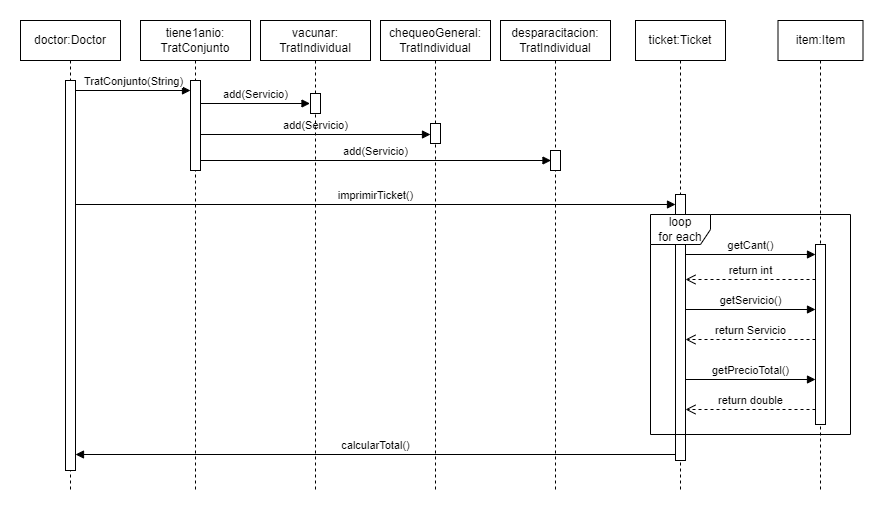
This is TpIntegrador/TpIntegradorComposite.png from cammidelgado/YA-21E-grupo3, a draw.io export, as it was before one commit. Source tidied: cells renumbered, new cells last; positions are measured from the earlier drawing's top-left corner, leaving out a move shared by most shapes. Its diagram source:
```xml
<mxGraphModel>
  <root>
    <mxCell id="0" />
    <mxCell id="1" parent="0" />
    <mxCell id="2" value="ticket:Ticket" style="shape=umlLifeline;perimeter=lifelinePerimeter;whiteSpace=wrap;html=1;newEdgeStyle={&quot;curved&quot;:0,&quot;rounded&quot;:0};" parent="1" vertex="1">
      <mxGeometry x="615" width="90" height="470" as="geometry" />
    </mxCell>
    <mxCell id="3" style="html=1;points=[[0,0,0,0,5],[0,1,0,0,-5],[1,0,0,0,5],[1,1,0,0,-5]];perimeter=orthogonalPerimeter;outlineConnect=0;targetShapes=umlLifeline;portConstraint=eastwest;newEdgeStyle={&quot;curved&quot;:0,&quot;rounded&quot;:0};" parent="1" vertex="1">
      <mxGeometry x="655" y="174" width="10" height="266" as="geometry" />
    </mxCell>
    <mxCell id="4" value="item:Item" style="shape=umlLifeline;perimeter=lifelinePerimeter;whiteSpace=wrap;html=1;newEdgeStyle={&quot;curved&quot;:0,&quot;rounded&quot;:0};" parent="1" vertex="1">
      <mxGeometry x="757.5" width="85" height="470" as="geometry" />
    </mxCell>
    <mxCell id="5" value="loop&lt;div&gt;for each&lt;/div&gt;" style="shape=umlFrame;whiteSpace=wrap;html=1;" parent="1" vertex="1">
      <mxGeometry x="630" y="194" width="200" height="220" as="geometry" />
    </mxCell>
    <mxCell id="6" style="html=1;points=[[0,0,0,0,5],[0,1,0,0,-5],[1,0,0,0,5],[1,1,0,0,-5]];perimeter=orthogonalPerimeter;outlineConnect=0;targetShapes=umlLifeline;portConstraint=eastwest;newEdgeStyle={&quot;curved&quot;:0,&quot;rounded&quot;:0};" parent="1" vertex="1">
      <mxGeometry x="795" y="224" width="10" height="180" as="geometry" />
    </mxCell>
    <mxCell id="7" value="getCant()" style="html=1;verticalAlign=bottom;endArrow=block;curved=0;rounded=0;" parent="1" edge="1" target="6">
      <mxGeometry relative="1" as="geometry">
        <mxPoint x="665" y="234" as="sourcePoint" />
      </mxGeometry>
    </mxCell>
    <mxCell id="8" value="return int" style="html=1;verticalAlign=bottom;endArrow=open;dashed=1;endSize=8;curved=0;rounded=0;" parent="1" edge="1" source="6">
      <mxGeometry relative="1" as="geometry">
        <mxPoint x="665" y="259" as="targetPoint" />
      </mxGeometry>
    </mxCell>
    <mxCell id="9" value="getServicio()" style="html=1;verticalAlign=bottom;endArrow=block;curved=0;rounded=0;" parent="1" edge="1" target="6">
      <mxGeometry relative="1" as="geometry">
        <mxPoint x="665" y="289" as="sourcePoint" />
      </mxGeometry>
    </mxCell>
    <mxCell id="10" value="return Servicio" style="html=1;verticalAlign=bottom;endArrow=open;dashed=1;endSize=8;curved=0;rounded=0;" parent="1" edge="1" source="6">
      <mxGeometry relative="1" as="geometry">
        <mxPoint x="665" y="319" as="targetPoint" />
      </mxGeometry>
    </mxCell>
    <mxCell id="11" value="getPrecioTotal()" style="html=1;verticalAlign=bottom;endArrow=block;curved=0;rounded=0;" parent="1" edge="1" target="6">
      <mxGeometry relative="1" as="geometry">
        <mxPoint x="665" y="359" as="sourcePoint" />
      </mxGeometry>
    </mxCell>
    <mxCell id="12" value="return double" style="html=1;verticalAlign=bottom;endArrow=open;dashed=1;endSize=8;curved=0;rounded=0;" parent="1" edge="1" source="6">
      <mxGeometry relative="1" as="geometry">
        <mxPoint x="665" y="389" as="targetPoint" />
      </mxGeometry>
    </mxCell>
    <mxCell id="13" value="calcularTotal()" style="html=1;verticalAlign=bottom;endArrow=block;curved=0;rounded=0;fillColor=#FFFFFF;" parent="1" edge="1">
      <mxGeometry relative="1" as="geometry">
        <mxPoint x="655" y="434" as="sourcePoint" />
        <mxPoint x="55" y="434" as="targetPoint" />
      </mxGeometry>
    </mxCell>
    <mxCell id="14" value="imprimirTicket()" style="html=1;verticalAlign=bottom;endArrow=block;curved=0;rounded=0;fillColor=#FFFFFF;" parent="1" edge="1">
      <mxGeometry relative="1" as="geometry">
        <mxPoint x="55" y="184" as="sourcePoint" />
        <mxPoint x="655" y="184" as="targetPoint" />
      </mxGeometry>
    </mxCell>
    <mxCell id="15" value="doctor:Doctor" style="shape=umlLifeline;perimeter=lifelinePerimeter;whiteSpace=wrap;html=1;newEdgeStyle={&quot;curved&quot;:0,&quot;rounded&quot;:0};" parent="1" vertex="1">
      <mxGeometry width="100" height="470" as="geometry" />
    </mxCell>
    <mxCell id="16" style="html=1;points=[[0,0,0,0,5],[0,1,0,0,-5],[1,0,0,0,5],[1,1,0,0,-5]];perimeter=orthogonalPerimeter;outlineConnect=0;targetShapes=umlLifeline;portConstraint=eastwest;newEdgeStyle={&quot;curved&quot;:0,&quot;rounded&quot;:0};" parent="15" vertex="1">
      <mxGeometry x="45" y="60" width="10" height="390" as="geometry" />
    </mxCell>
    <mxCell id="17" value="tiene1anio:&lt;div&gt;TratConjunto&lt;/div&gt;" style="shape=umlLifeline;perimeter=lifelinePerimeter;whiteSpace=wrap;html=1;newEdgeStyle={&quot;curved&quot;:0,&quot;rounded&quot;:0};" parent="1" vertex="1">
      <mxGeometry x="120" width="110" height="470" as="geometry" />
    </mxCell>
    <mxCell id="18" style="html=1;points=[[0,0,0,0,5],[0,1,0,0,-5],[1,0,0,0,5],[1,1,0,0,-5]];perimeter=orthogonalPerimeter;outlineConnect=0;targetShapes=umlLifeline;portConstraint=eastwest;newEdgeStyle={&quot;curved&quot;:0,&quot;rounded&quot;:0};" parent="17" vertex="1">
      <mxGeometry x="50" y="60" width="10" height="90" as="geometry" />
    </mxCell>
    <mxCell id="19" value="add(Servicio)" style="html=1;verticalAlign=bottom;endArrow=block;curved=0;rounded=0;" parent="1" edge="1" source="18">
      <mxGeometry relative="1" as="geometry">
        <mxPoint x="289.5" y="83" as="targetPoint" />
      </mxGeometry>
    </mxCell>
    <mxCell id="20" value="add(Servicio)" style="html=1;verticalAlign=bottom;endArrow=block;curved=0;rounded=0;entryX=0;entryY=0;entryDx=0;entryDy=5;entryPerimeter=0;" parent="1" edge="1" source="18">
      <mxGeometry relative="1" as="geometry">
        <mxPoint x="410" y="114" as="targetPoint" />
      </mxGeometry>
    </mxCell>
    <mxCell id="21" value="add(Servicio)" style="html=1;verticalAlign=bottom;endArrow=block;curved=0;rounded=0;" parent="1" edge="1" source="18">
      <mxGeometry relative="1" as="geometry">
        <mxPoint x="530.5" y="140" as="targetPoint" />
      </mxGeometry>
    </mxCell>
    <mxCell id="22" value="vacunar:&lt;div&gt;TratIndividual&lt;/div&gt;" style="shape=umlLifeline;perimeter=lifelinePerimeter;whiteSpace=wrap;html=1;newEdgeStyle={&quot;curved&quot;:0,&quot;rounded&quot;:0};" parent="1" vertex="1">
      <mxGeometry x="240" width="110" height="470" as="geometry" />
    </mxCell>
    <mxCell id="23" style="html=1;perimeter=orthogonalPerimeter;targetShapes=umlLifeline;newEdgeStyle={&quot;curved&quot;:0,&quot;rounded&quot;:0};" parent="22" vertex="1">
      <mxGeometry x="50" y="73" width="10" height="20" as="geometry" />
    </mxCell>
    <mxCell id="24" value="chequeoGeneral:&lt;div&gt;TratIndividual&lt;/div&gt;" style="shape=umlLifeline;perimeter=lifelinePerimeter;whiteSpace=wrap;html=1;newEdgeStyle={&quot;curved&quot;:0,&quot;rounded&quot;:0};" parent="1" vertex="1">
      <mxGeometry x="360" width="110" height="470" as="geometry" />
    </mxCell>
    <mxCell id="25" style="html=1;perimeter=orthogonalPerimeter;targetShapes=umlLifeline;newEdgeStyle={&quot;curved&quot;:0,&quot;rounded&quot;:0};" parent="24" vertex="1">
      <mxGeometry x="50" y="103" width="10" height="20" as="geometry" />
    </mxCell>
    <mxCell id="26" value="desparacitacion:&lt;div&gt;TratIndividual&lt;/div&gt;" style="shape=umlLifeline;perimeter=lifelinePerimeter;whiteSpace=wrap;html=1;newEdgeStyle={&quot;curved&quot;:0,&quot;rounded&quot;:0};" parent="1" vertex="1">
      <mxGeometry x="480" width="110" height="470" as="geometry" />
    </mxCell>
    <mxCell id="27" style="html=1;perimeter=orthogonalPerimeter;targetShapes=umlLifeline;newEdgeStyle={&quot;curved&quot;:0,&quot;rounded&quot;:0};" parent="26" vertex="1">
      <mxGeometry x="50" y="130" width="10" height="20" as="geometry" />
    </mxCell>
    <mxCell id="28" value="TratConjunto(String)" style="html=1;verticalAlign=bottom;endArrow=block;curved=0;rounded=0;" parent="1" edge="1" target="18">
      <mxGeometry x="0.01" relative="1" as="geometry">
        <mxPoint x="55" y="70" as="sourcePoint" />
      </mxGeometry>
    </mxCell>
  </root>
</mxGraphModel>
```
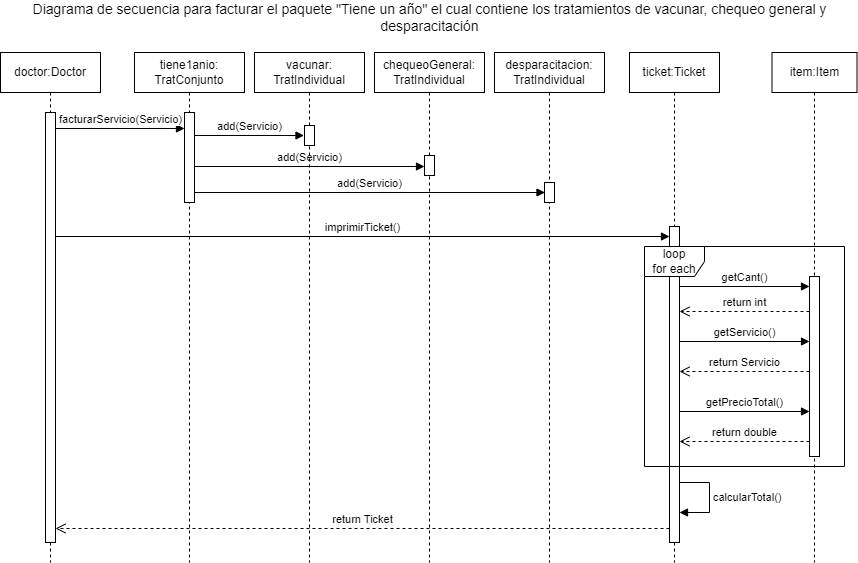
After the change.

Commit message:
cambio nombre metodo

Change to the diagram source:
```diff
@@ -3,13 +3,22 @@
     <mxCell id="0" />
     <mxCell id="1" parent="0" />
     <mxCell id="2" value="ticket:Ticket" style="shape=umlLifeline;perimeter=lifelinePerimeter;whiteSpace=wrap;html=1;newEdgeStyle={&quot;curved&quot;:0,&quot;rounded&quot;:0};" parent="1" vertex="1">
-      <mxGeometry x="615" width="90" height="470" as="geometry" />
+      <mxGeometry x="615" width="90" height="510" as="geometry" />
     </mxCell>
+    <mxCell id="13" value="calcularTotal()" style="html=1;align=left;spacingLeft=2;endArrow=block;rounded=0;edgeStyle=orthogonalEdgeStyle;curved=0;rounded=0;" parent="2" edge="1" target="3">
+      <mxGeometry relative="1" as="geometry">
+        <mxPoint x="50" y="430" as="sourcePoint" />
+        <Array as="points">
+          <mxPoint x="80" y="430" />
+          <mxPoint x="80" y="460" />
+        </Array>
+      </mxGeometry>
+    </mxCell>
     <mxCell id="3" style="html=1;points=[[0,0,0,0,5],[0,1,0,0,-5],[1,0,0,0,5],[1,1,0,0,-5]];perimeter=orthogonalPerimeter;outlineConnect=0;targetShapes=umlLifeline;portConstraint=eastwest;newEdgeStyle={&quot;curved&quot;:0,&quot;rounded&quot;:0};" parent="1" vertex="1">
-      <mxGeometry x="655" y="174" width="10" height="266" as="geometry" />
+      <mxGeometry x="655" y="174" width="10" height="316" as="geometry" />
     </mxCell>
     <mxCell id="4" value="item:Item" style="shape=umlLifeline;perimeter=lifelinePerimeter;whiteSpace=wrap;html=1;newEdgeStyle={&quot;curved&quot;:0,&quot;rounded&quot;:0};" parent="1" vertex="1">
-      <mxGeometry x="757.5" width="85" height="470" as="geometry" />
+      <mxGeometry x="757.5" width="85" height="510" as="geometry" />
     </mxCell>
     <mxCell id="5" value="loop&lt;div&gt;for each&lt;/div&gt;" style="shape=umlFrame;whiteSpace=wrap;html=1;" parent="1" vertex="1">
       <mxGeometry x="630" y="194" width="200" height="220" as="geometry" />
@@ -47,26 +56,19 @@
         <mxPoint x="665" y="389" as="targetPoint" />
       </mxGeometry>
     </mxCell>
-    <mxCell id="13" value="calcularTotal()" style="html=1;verticalAlign=bottom;endArrow=block;curved=0;rounded=0;fillColor=#FFFFFF;" parent="1" edge="1">
-      <mxGeometry relative="1" as="geometry">
-        <mxPoint x="655" y="434" as="sourcePoint" />
-        <mxPoint x="55" y="434" as="targetPoint" />
-      </mxGeometry>
-    </mxCell>
-    <mxCell id="14" value="imprimirTicket()" style="html=1;verticalAlign=bottom;endArrow=block;curved=0;rounded=0;fillColor=#FFFFFF;" parent="1" edge="1">
+    <mxCell id="14" value="imprimirTicket()" style="html=1;verticalAlign=bottom;endArrow=block;curved=0;rounded=0;fillColor=#FFFFFF;" parent="1" edge="1" source="16">
       <mxGeometry relative="1" as="geometry">
-        <mxPoint x="55" y="184" as="sourcePoint" />
         <mxPoint x="655" y="184" as="targetPoint" />
       </mxGeometry>
     </mxCell>
     <mxCell id="15" value="doctor:Doctor" style="shape=umlLifeline;perimeter=lifelinePerimeter;whiteSpace=wrap;html=1;newEdgeStyle={&quot;curved&quot;:0,&quot;rounded&quot;:0};" parent="1" vertex="1">
-      <mxGeometry width="100" height="470" as="geometry" />
+      <mxGeometry x="-14" width="100" height="510" as="geometry" />
     </mxCell>
     <mxCell id="16" style="html=1;points=[[0,0,0,0,5],[0,1,0,0,-5],[1,0,0,0,5],[1,1,0,0,-5]];perimeter=orthogonalPerimeter;outlineConnect=0;targetShapes=umlLifeline;portConstraint=eastwest;newEdgeStyle={&quot;curved&quot;:0,&quot;rounded&quot;:0};" parent="15" vertex="1">
-      <mxGeometry x="45" y="60" width="10" height="390" as="geometry" />
+      <mxGeometry x="45" y="60" width="10" height="430" as="geometry" />
     </mxCell>
     <mxCell id="17" value="tiene1anio:&lt;div&gt;TratConjunto&lt;/div&gt;" style="shape=umlLifeline;perimeter=lifelinePerimeter;whiteSpace=wrap;html=1;newEdgeStyle={&quot;curved&quot;:0,&quot;rounded&quot;:0};" parent="1" vertex="1">
-      <mxGeometry x="120" width="110" height="470" as="geometry" />
+      <mxGeometry x="120" width="110" height="510" as="geometry" />
     </mxCell>
     <mxCell id="18" style="html=1;points=[[0,0,0,0,5],[0,1,0,0,-5],[1,0,0,0,5],[1,1,0,0,-5]];perimeter=orthogonalPerimeter;outlineConnect=0;targetShapes=umlLifeline;portConstraint=eastwest;newEdgeStyle={&quot;curved&quot;:0,&quot;rounded&quot;:0};" parent="17" vertex="1">
       <mxGeometry x="50" y="60" width="10" height="90" as="geometry" />
@@ -87,27 +89,37 @@
       </mxGeometry>
     </mxCell>
     <mxCell id="22" value="vacunar:&lt;div&gt;TratIndividual&lt;/div&gt;" style="shape=umlLifeline;perimeter=lifelinePerimeter;whiteSpace=wrap;html=1;newEdgeStyle={&quot;curved&quot;:0,&quot;rounded&quot;:0};" parent="1" vertex="1">
-      <mxGeometry x="240" width="110" height="470" as="geometry" />
+      <mxGeometry x="240" width="110" height="510" as="geometry" />
     </mxCell>
     <mxCell id="23" style="html=1;perimeter=orthogonalPerimeter;targetShapes=umlLifeline;newEdgeStyle={&quot;curved&quot;:0,&quot;rounded&quot;:0};" parent="22" vertex="1">
       <mxGeometry x="50" y="73" width="10" height="20" as="geometry" />
     </mxCell>
     <mxCell id="24" value="chequeoGeneral:&lt;div&gt;TratIndividual&lt;/div&gt;" style="shape=umlLifeline;perimeter=lifelinePerimeter;whiteSpace=wrap;html=1;newEdgeStyle={&quot;curved&quot;:0,&quot;rounded&quot;:0};" parent="1" vertex="1">
-      <mxGeometry x="360" width="110" height="470" as="geometry" />
+      <mxGeometry x="360" width="110" height="510" as="geometry" />
     </mxCell>
     <mxCell id="25" style="html=1;perimeter=orthogonalPerimeter;targetShapes=umlLifeline;newEdgeStyle={&quot;curved&quot;:0,&quot;rounded&quot;:0};" parent="24" vertex="1">
       <mxGeometry x="50" y="103" width="10" height="20" as="geometry" />
     </mxCell>
     <mxCell id="26" value="desparacitacion:&lt;div&gt;TratIndividual&lt;/div&gt;" style="shape=umlLifeline;perimeter=lifelinePerimeter;whiteSpace=wrap;html=1;newEdgeStyle={&quot;curved&quot;:0,&quot;rounded&quot;:0};" parent="1" vertex="1">
-      <mxGeometry x="480" width="110" height="470" as="geometry" />
+      <mxGeometry x="480" width="110" height="510" as="geometry" />
     </mxCell>
     <mxCell id="27" style="html=1;perimeter=orthogonalPerimeter;targetShapes=umlLifeline;newEdgeStyle={&quot;curved&quot;:0,&quot;rounded&quot;:0};" parent="26" vertex="1">
       <mxGeometry x="50" y="130" width="10" height="20" as="geometry" />
     </mxCell>
-    <mxCell id="28" value="TratConjunto(String)" style="html=1;verticalAlign=bottom;endArrow=block;curved=0;rounded=0;" parent="1" edge="1" target="18">
+    <mxCell id="28" value="facturarServicio(Servicio)" style="html=1;verticalAlign=bottom;endArrow=block;curved=0;rounded=0;" parent="1" edge="1">
       <mxGeometry x="0.01" relative="1" as="geometry">
-        <mxPoint x="55" y="70" as="sourcePoint" />
+        <mxPoint x="41" y="76" as="sourcePoint" />
+        <mxPoint x="170" y="76" as="targetPoint" />
       </mxGeometry>
     </mxCell>
+    <mxCell id="29" value="return Ticket" style="html=1;verticalAlign=bottom;endArrow=open;dashed=1;endSize=8;curved=0;rounded=0;" parent="1" edge="1">
+      <mxGeometry relative="1" as="geometry">
+        <mxPoint x="655" y="476" as="sourcePoint" />
+        <mxPoint x="41" y="476" as="targetPoint" />
+      </mxGeometry>
+    </mxCell>
+    <mxCell id="30" value="&lt;font style=&quot;font-size: 14px;&quot;&gt;Diagrama de secuencia para facturar el paquete &quot;Tiene un año&quot; el cual contiene los tratamientos de vacunar, chequeo general y desparacitación&lt;/font&gt;" style="text;html=1;align=center;verticalAlign=middle;whiteSpace=wrap;rounded=0;" parent="1" vertex="1">
+      <mxGeometry x="-6.2" y="-50" width="842.5" height="30" as="geometry" />
+    </mxCell>
   </root>
 </mxGraphModel>
```
